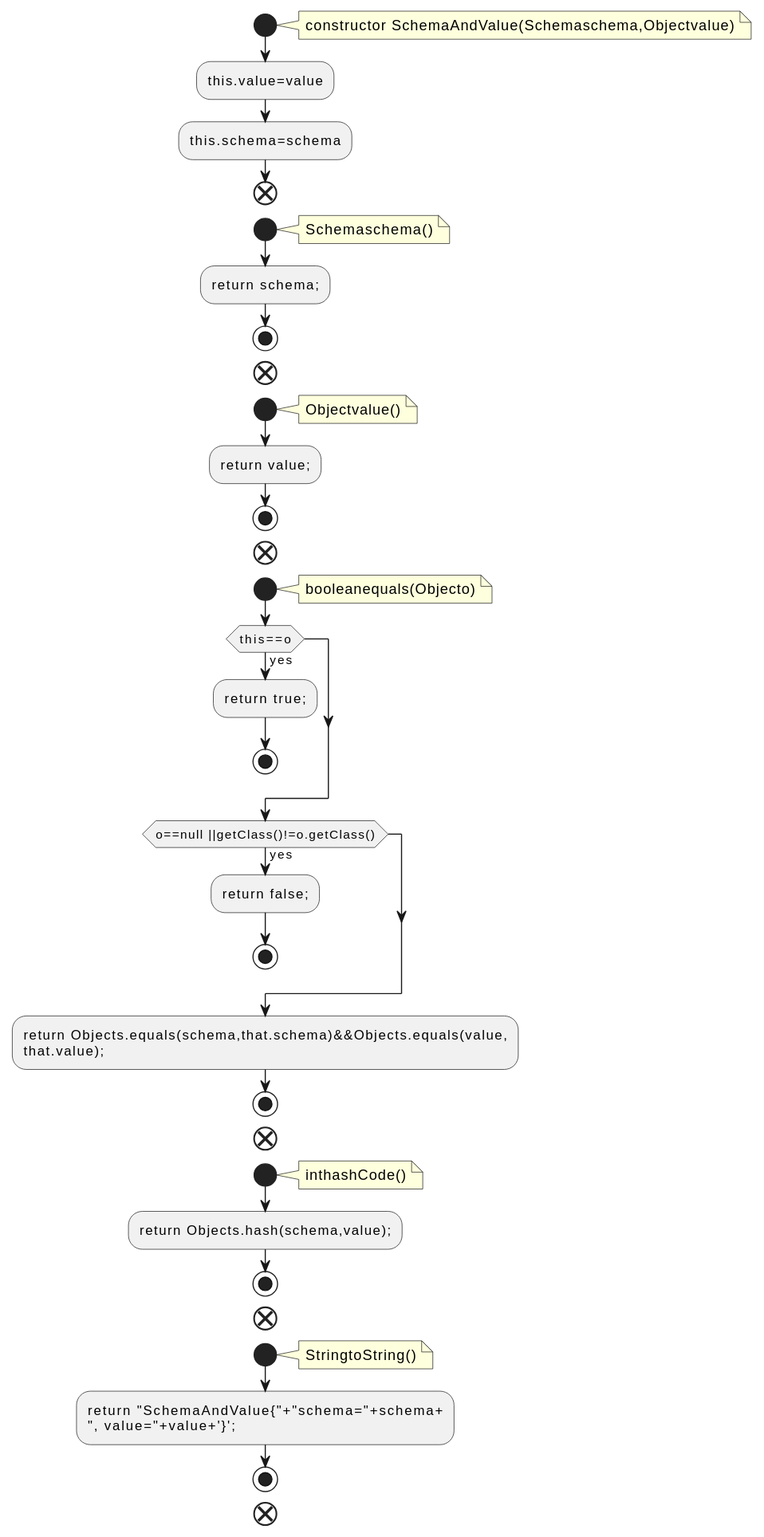
The PlantUML diagram docs/qc/connect/api/src/main/java/org/apache/kafka/connect/data/SchemaAndValue.java.fct.svg in qualitesys/kafka, before a commit. The source it was exported from:
```plantuml
@startuml
!pragma layout smetana
start
note right
constructor SchemaAndValue(Schemaschema,Objectvalue)
end note
:this.value=value;
:this.schema=schema;
end
start
note right
Schemaschema()
end note
:return schema;;
stop
end
start
note right
Objectvalue()
end note
:return value;;
stop
end
start
note right
booleanequals(Objecto)
end note
if (this==o) then (yes)
:return true;;
stop
endif
if (o==null ||getClass()!=o.getClass()) then (yes)
:return false;;
stop
endif
:return Objects.equals(schema,that.schema)&&Objects.equals(value,
that.value);;
stop
end
start
note right
inthashCode()
end note
:return Objects.hash(schema,value);;
stop
end
start
note right
StringtoString()
end note
:return "SchemaAndValue{"+"schema="+schema+
", value="+value+'}';;
stop
end
@enduml
```
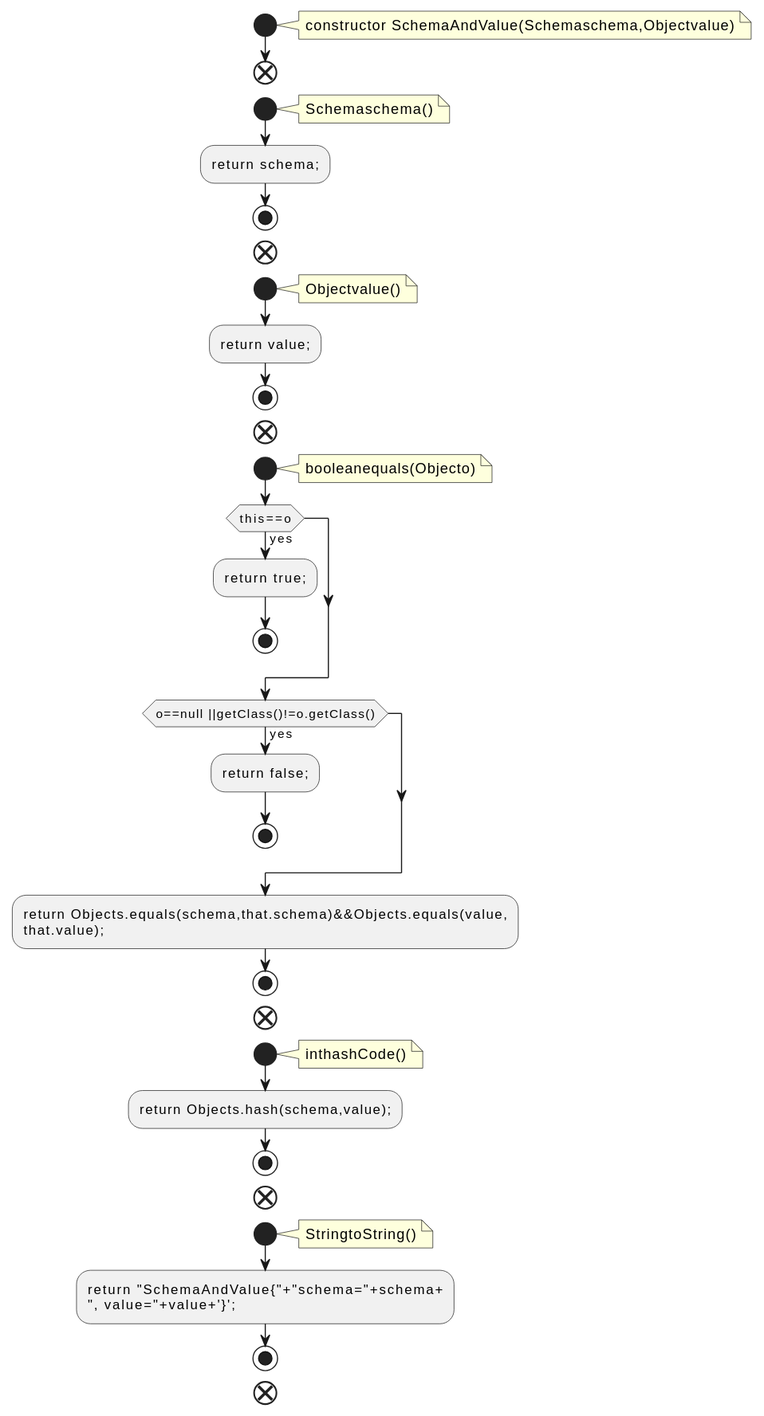
The same diagram one commit later.

Change to the diagram source:
```diff
@@ -4,8 +4,6 @@
 note right
 constructor SchemaAndValue(Schemaschema,Objectvalue)
 end note
-:this.value=value;
-:this.schema=schema;
 end
 start
 note right
```
